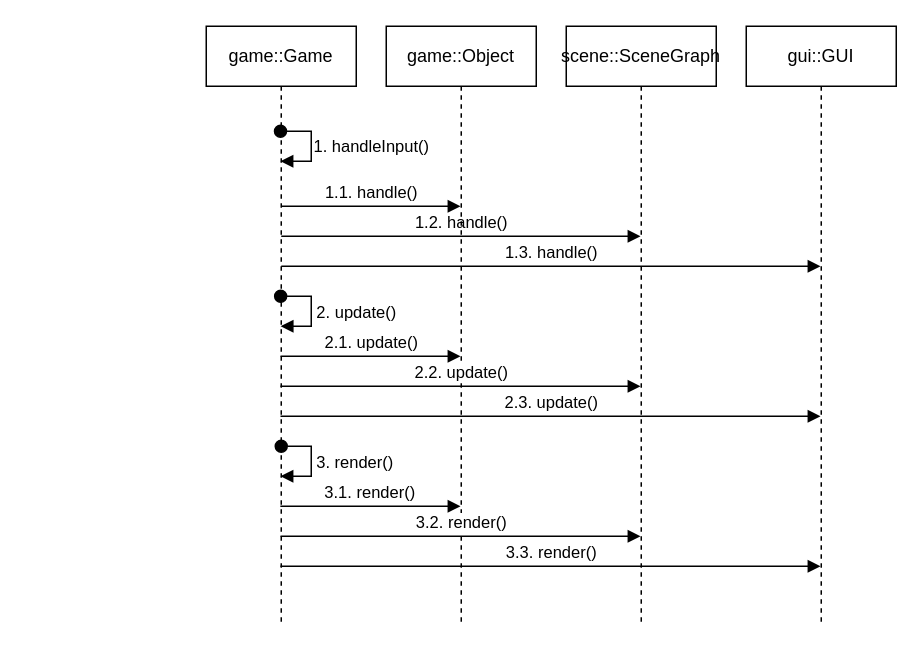
Before: doc/diagram/main-game-loop.drawio in seedhartha/reone, a draw.io diagram. Source tidied: cells renumbered, new cells numbered last; positions are measured from the earlier drawing's top-left corner, leaving out a move shared by most shapes. Both pictures are drawn from the tidied source at 150%, with x=0, y=0 at pixel (206, 26).
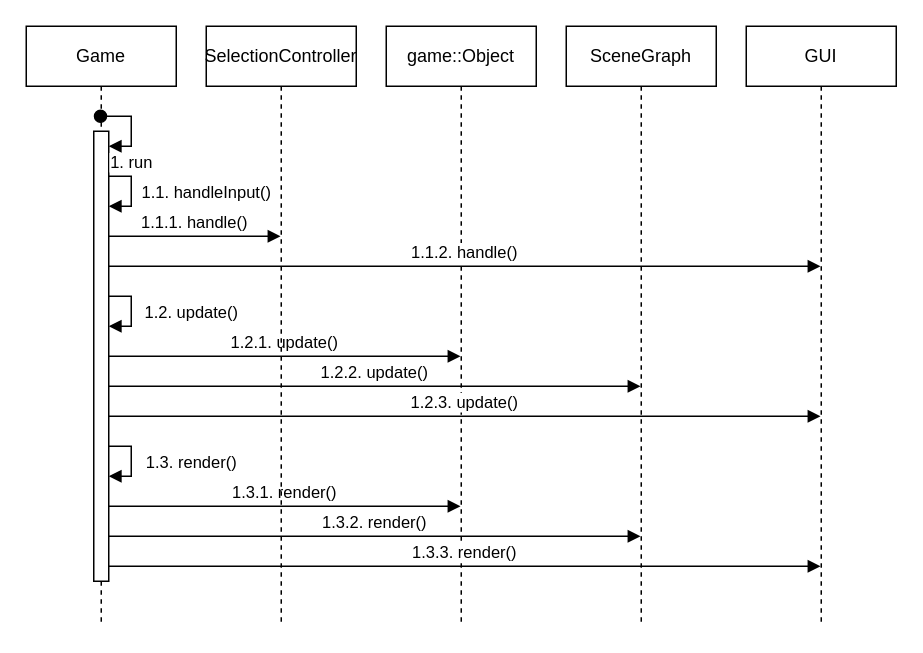
After the change.

Commit message (it also covers changes not shown here):
Update main game loop diagram

[ci skip]

Unchanged cells that the change refers to:
```xml
<mxCell id="7" value="game::Object" style="shape=umlLifeline;perimeter=lifelinePerimeter;whiteSpace=wrap;html=1;outlineConnect=0;" parent="1" vertex="1">
  <mxGeometry x="120" width="100" height="400" as="geometry" />
</mxCell>
```

Diff of the diagram source:
```diff
@@
-    <mxCell id="2" value="game::Game" style="shape=umlLifeline;perimeter=lifelinePerimeter;whiteSpace=wrap;html=1;outlineConnect=0;" parent="1" vertex="1">
-      <mxGeometry width="100" height="400" as="geometry" />
+    <mxCell id="2" value="Game" style="shape=umlLifeline;perimeter=lifelinePerimeter;whiteSpace=wrap;html=1;outlineConnect=0;" parent="1" vertex="1">
+      <mxGeometry x="-120" width="100" height="400" as="geometry" />
     </mxCell>
-    <mxCell id="3" value="1.1. handle()" style="html=1;verticalAlign=bottom;endArrow=block;rounded=0;" parent="2" edge="1" target="7">
-      <mxGeometry relative="1" as="geometry">
-        <mxPoint x="50" y="120" as="sourcePoint" />
-      </mxGeometry>
-    </mxCell>
-    <mxCell id="4" value="1.2. handle()" style="html=1;verticalAlign=bottom;endArrow=block;rounded=0;" parent="2" edge="1" target="9">
-      <mxGeometry relative="1" as="geometry">
-        <mxPoint x="50" y="140" as="sourcePoint" />
-      </mxGeometry>
-    </mxCell>
-    <mxCell id="5" value="1.3. handle()" style="html=1;verticalAlign=bottom;endArrow=block;rounded=0;" parent="2" edge="1" target="8">
-      <mxGeometry relative="1" as="geometry">
-        <mxPoint x="50" y="160" as="sourcePoint" />
-      </mxGeometry>
-    </mxCell>
-    <mxCell id="6" value="3. render()" style="html=1;verticalAlign=bottom;startArrow=oval;startFill=1;endArrow=block;startSize=8;rounded=0;" parent="2" edge="1" target="2">
-      <mxGeometry x="0.34" y="-30" relative="1" as="geometry">
-        <mxPoint x="50" y="280" as="sourcePoint" />
+    <mxCell id="6" value="1.3. render()" style="html=1;verticalAlign=bottom;startArrow=none;startFill=0;endArrow=block;startSize=8;rounded=0;" parent="2" edge="1" source="18" target="18">
+      <mxGeometry x="0.4" y="-40" relative="1" as="geometry">
         <Array as="points">
           <mxPoint x="70" y="280" />
           <mxPoint x="70" y="300" />
         </Array>
-        <mxPoint x="30" y="30" as="offset" />
+        <mxPoint x="40" y="40" as="offset" />
       </mxGeometry>
     </mxCell>
+    <mxCell id="18" style="html=1;points=[];perimeter=orthogonalPerimeter;" parent="2" vertex="1">
+      <mxGeometry x="45" y="70" width="10" height="300" as="geometry" />
+    </mxCell>
+    <mxCell id="19" value="1. run" style="html=1;verticalAlign=bottom;startArrow=oval;startFill=1;endArrow=block;startSize=8;rounded=0;" parent="2" edge="1" source="2" target="18">
+      <mxGeometry x="0.45" y="-20" relative="1" as="geometry">
+        <Array as="points">
+          <mxPoint x="70" y="60" />
+          <mxPoint x="70" y="80" />
+        </Array>
+        <mxPoint x="20" y="20" as="offset" />
+      </mxGeometry>
+    </mxCell>
+    <mxCell id="11" value="1.2. update()" style="html=1;verticalAlign=bottom;startArrow=none;startFill=0;endArrow=block;startSize=8;rounded=0;" parent="2" edge="1" source="18" target="18">
+      <mxGeometry x="0.4" y="-40" relative="1" as="geometry">
+        <Array as="points">
+          <mxPoint x="70" y="180" />
+          <mxPoint x="70" y="200" />
+        </Array>
+        <mxPoint x="40" y="40" as="offset" />
+      </mxGeometry>
+    </mxCell>
+    <mxCell id="10" value="1.1.&amp;nbsp;handleInput()" style="html=1;verticalAlign=bottom;startArrow=none;startFill=0;endArrow=block;startSize=8;rounded=0;" parent="2" edge="1" source="18" target="18">
+      <mxGeometry x="0.4" y="-50" relative="1" as="geometry">
+        <Array as="points">
+          <mxPoint x="70" y="100" />
+          <mxPoint x="70" y="120" />
+        </Array>
+        <mxPoint x="50" y="50" as="offset" />
+      </mxGeometry>
+    </mxCell>
@@
-    <mxCell id="8" value="gui::GUI" style="shape=umlLifeline;perimeter=lifelinePerimeter;whiteSpace=wrap;html=1;outlineConnect=0;" parent="1" vertex="1">
+    <mxCell id="8" value="GUI" style="shape=umlLifeline;perimeter=lifelinePerimeter;whiteSpace=wrap;html=1;outlineConnect=0;" parent="1" vertex="1">
       <mxGeometry x="360" width="100" height="400" as="geometry" />
     </mxCell>
-    <mxCell id="9" value="scene::SceneGraph" style="shape=umlLifeline;perimeter=lifelinePerimeter;whiteSpace=wrap;html=1;outlineConnect=0;" parent="1" vertex="1">
+    <mxCell id="9" value="SceneGraph" style="shape=umlLifeline;perimeter=lifelinePerimeter;whiteSpace=wrap;html=1;outlineConnect=0;" parent="1" vertex="1">
       <mxGeometry x="240" width="100" height="400" as="geometry" />
     </mxCell>
-    <mxCell id="10" value="1. handleInput()" style="html=1;verticalAlign=bottom;startArrow=oval;startFill=1;endArrow=block;startSize=8;rounded=0;" parent="1" edge="1" source="2" target="2">
-      <mxGeometry x="0.25" y="-40" relative="1" as="geometry">
-        <Array as="points">
-          <mxPoint x="70" y="70" />
-          <mxPoint x="70" y="90" />
-        </Array>
-        <mxPoint x="80" y="1" as="offset" />
-      </mxGeometry>
-    </mxCell>
-    <mxCell id="11" value="2. update()" style="html=1;verticalAlign=bottom;startArrow=oval;startFill=1;endArrow=block;startSize=8;rounded=0;" parent="1" edge="1">
-      <mxGeometry x="0.33" y="-30" relative="1" as="geometry">
-        <mxPoint x="49.6" y="180" as="sourcePoint" />
-        <mxPoint x="49.6" y="200" as="targetPoint" />
-        <Array as="points">
-          <mxPoint x="70" y="180" />
-          <mxPoint x="70" y="200" />
-        </Array>
-        <mxPoint x="30" y="30" as="offset" />
-      </mxGeometry>
-    </mxCell>
-    <mxCell id="12" value="2.1. update()" style="html=1;verticalAlign=bottom;endArrow=block;rounded=0;" parent="1" edge="1" source="2" target="7">
+    <mxCell id="12" value="1.2.1. update()" style="html=1;verticalAlign=bottom;endArrow=block;rounded=0;" parent="1" edge="1" source="18" target="7">
       <mxGeometry relative="1" as="geometry">
         <Array as="points">
-          <mxPoint x="110" y="220" />
+          <mxPoint x="50" y="220" />
         </Array>
       </mxGeometry>
     </mxCell>
-    <mxCell id="13" value="2.2. update()" style="html=1;verticalAlign=bottom;endArrow=block;rounded=0;" parent="1" edge="1" source="2" target="9">
+    <mxCell id="13" value="1.2.2. update()" style="html=1;verticalAlign=bottom;endArrow=block;rounded=0;" parent="1" edge="1" source="18" target="9">
       <mxGeometry relative="1" as="geometry">
         <Array as="points">
-          <mxPoint x="160" y="240" />
+          <mxPoint x="110" y="240" />
         </Array>
       </mxGeometry>
     </mxCell>
-    <mxCell id="14" value="2.3. update()" style="html=1;verticalAlign=bottom;endArrow=block;rounded=0;" parent="1" edge="1" source="2" target="8">
+    <mxCell id="14" value="1.2.3. update()" style="html=1;verticalAlign=bottom;endArrow=block;rounded=0;" parent="1" edge="1" source="18" target="8">
       <mxGeometry relative="1" as="geometry">
         <Array as="points">
-          <mxPoint x="220" y="260" />
+          <mxPoint x="160" y="260" />
         </Array>
       </mxGeometry>
     </mxCell>
-    <mxCell id="15" value="3.1. render()" style="html=1;verticalAlign=bottom;endArrow=block;rounded=0;" parent="1" edge="1">
+    <mxCell id="15" value="1.3.1. render()" style="html=1;verticalAlign=bottom;endArrow=block;rounded=0;" parent="1" edge="1" source="18" target="7">
       <mxGeometry relative="1" as="geometry">
-        <mxPoint x="49.4" y="320" as="sourcePoint" />
-        <mxPoint x="169.5" y="320" as="targetPoint" />
         <Array as="points">
-          <mxPoint x="160" y="320" />
+          <mxPoint x="40" y="320" />
         </Array>
       </mxGeometry>
     </mxCell>
-    <mxCell id="16" value="3.2. render()" style="html=1;verticalAlign=bottom;endArrow=block;rounded=0;" parent="1" edge="1" source="2" target="9">
+    <mxCell id="16" value="1.3.2. render()" style="html=1;verticalAlign=bottom;endArrow=block;rounded=0;" parent="1" edge="1" source="18" target="9">
       <mxGeometry relative="1" as="geometry">
         <Array as="points">
-          <mxPoint x="140" y="340" />
+          <mxPoint x="90" y="340" />
         </Array>
       </mxGeometry>
     </mxCell>
-    <mxCell id="17" value="3.3. render()" style="html=1;verticalAlign=bottom;endArrow=block;rounded=0;" parent="1" edge="1" source="2" target="8">
+    <mxCell id="17" value="1.3.3. render()" style="html=1;verticalAlign=bottom;endArrow=block;rounded=0;" parent="1" edge="1" source="18" target="8">
       <mxGeometry relative="1" as="geometry">
         <Array as="points">
-          <mxPoint x="210" y="360" />
+          <mxPoint x="140" y="360" />
         </Array>
       </mxGeometry>
     </mxCell>
+    <mxCell id="20" value="SelectionController" style="shape=umlLifeline;perimeter=lifelinePerimeter;whiteSpace=wrap;html=1;outlineConnect=0;" parent="1" vertex="1">
+      <mxGeometry width="100" height="400" as="geometry" />
+    </mxCell>
+    <mxCell id="3" value="1.1.1. handle()" style="html=1;verticalAlign=bottom;endArrow=block;rounded=0;" parent="1" edge="1" source="18" target="20">
+      <mxGeometry relative="1" as="geometry">
+        <Array as="points">
+          <mxPoint x="-10" y="140" />
+        </Array>
+      </mxGeometry>
+    </mxCell>
+    <mxCell id="4" value="1.1.2. handle()" style="html=1;verticalAlign=bottom;endArrow=block;rounded=0;" parent="1" edge="1" source="18" target="8">
+      <mxGeometry relative="1" as="geometry">
+        <Array as="points">
+          <mxPoint x="170" y="160" />
+        </Array>
+      </mxGeometry>
+    </mxCell>
```
